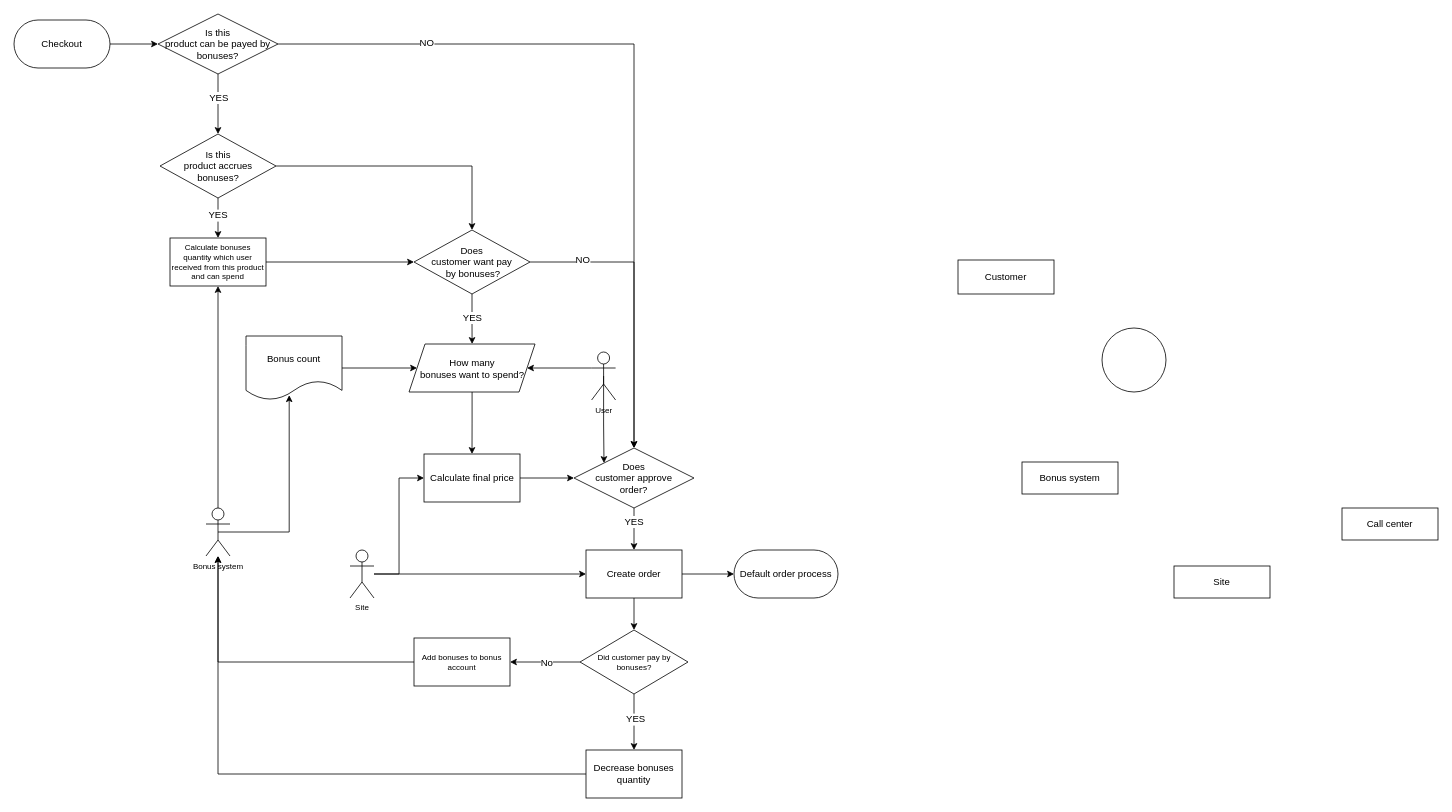
incfl0w/drawio keeps this draw.io diagram as block.drawio. Above is the earlier version. Source tidied: cells renumbered, new cells numbered last; positions are measured from the earlier drawing's top-left corner, leaving out a move shared by most shapes. Both pictures are drawn from the tidied source at 80%, with x=0, y=0 at pixel (14, 14).
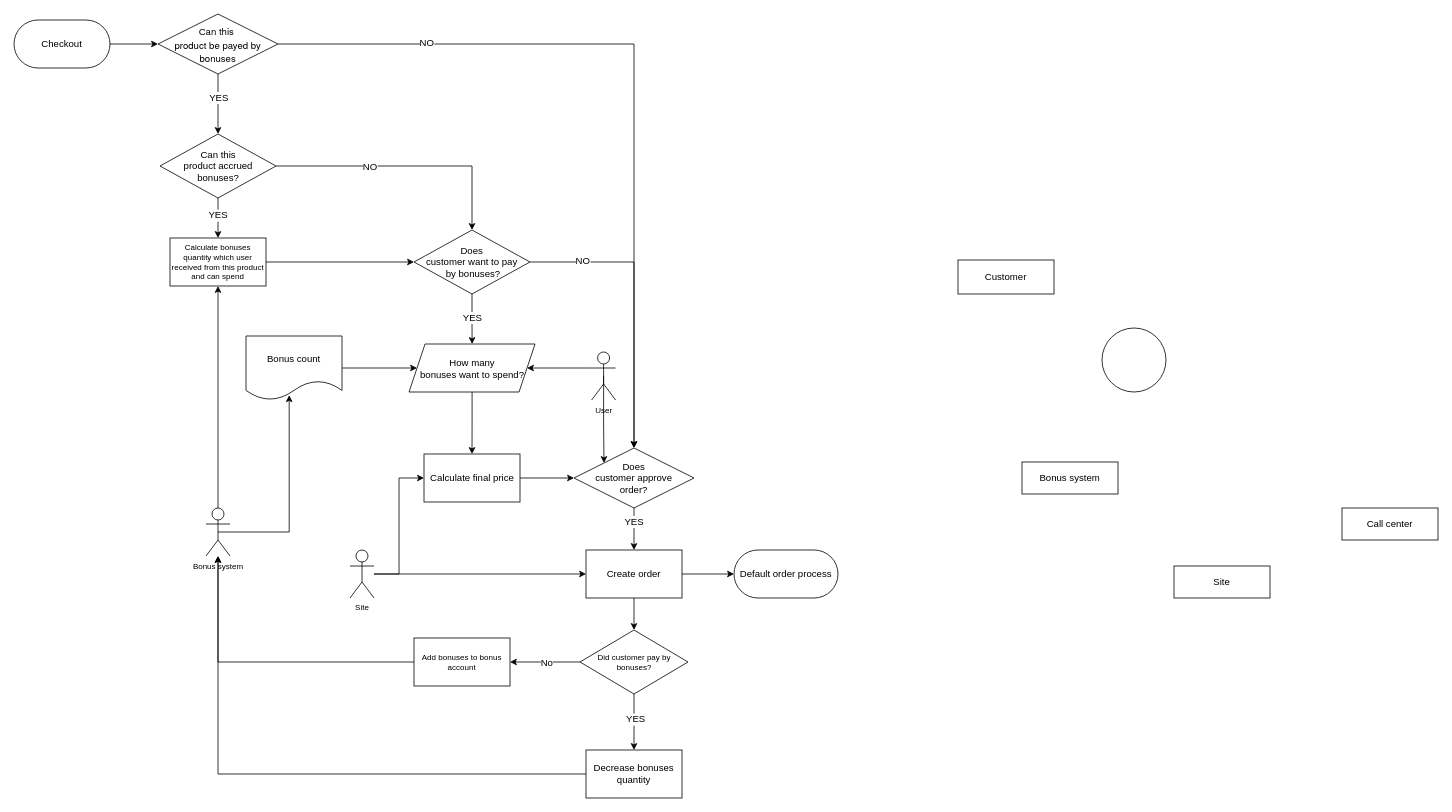
The same diagram, later.

The change refers to these unchanged cells:
```xml
<mxCell id="11" style="edgeStyle=orthogonalEdgeStyle;rounded=0;jettySize=auto;html=1;entryX=0.5;entryY=0;entryDx=0;entryDy=0;fontSize=12;" parent="1" edge="1" source="12" target="17">
  <mxGeometry relative="1" as="geometry" />
</mxCell>
<mxCell id="15" style="edgeStyle=orthogonalEdgeStyle;rounded=0;jettySize=auto;html=1;exitX=1;exitY=0.5;exitDx=0;exitDy=0;entryX=0.5;entryY=0;entryDx=0;entryDy=0;fontSize=12;" parent="1" edge="1" source="17" target="26">
  <mxGeometry relative="1" as="geometry" />
</mxCell>
```

Change to the diagram source:
```diff
@@
-    <mxCell id="8" value="Is this &lt;br&gt;product can be payed by bonuses?" style="rhombus;whiteSpace=wrap;html=1;fontSize=12;" parent="1" vertex="1">
+    <mxCell id="8" value="&lt;p style=&quot;margin: 0px; font-variant-numeric: normal; font-variant-east-asian: normal; font-stretch: normal; font-size: 12px; line-height: normal; font-family: &amp;quot;Helvetica Neue&amp;quot;;&quot; class=&quot;p1&quot;&gt;Сan this&amp;nbsp;&lt;/p&gt;&lt;p style=&quot;margin: 0px; font-variant-numeric: normal; font-variant-east-asian: normal; font-stretch: normal; font-size: 12px; line-height: normal; font-family: &amp;quot;Helvetica Neue&amp;quot;;&quot; class=&quot;p1&quot;&gt;product be payed by bonuses&lt;/p&gt;" style="rhombus;whiteSpace=wrap;html=1;fontSize=12;align=center;" parent="1" vertex="1">
       <mxGeometry x="180" width="150" height="75" as="geometry" />
     </mxCell>
@@
+    <mxCell id="56" value="NO" style="edgeLabel;html=1;align=center;verticalAlign=middle;fontSize=12;" parent="11" vertex="1">
+      <mxGeometry x="-0.28" relative="1" as="geometry" />
+    </mxCell>
-    <mxCell id="12" value="Is this &lt;br&gt;product accrues &lt;br&gt;bonuses?&lt;span data-lucid-content=&quot;{&amp;quot;t&amp;quot;:&amp;quot;Is this product accrues bonuses?&amp;quot;,&amp;quot;m&amp;quot;:[{&amp;quot;s&amp;quot;:0,&amp;quot;n&amp;quot;:&amp;quot;mt&amp;quot;,&amp;quot;v&amp;quot;:3.708},{&amp;quot;s&amp;quot;:0,&amp;quot;n&amp;quot;:&amp;quot;fl&amp;quot;,&amp;quot;v&amp;quot;:12.977},{&amp;quot;s&amp;quot;:0,&amp;quot;n&amp;quot;:&amp;quot;il&amp;quot;,&amp;quot;v&amp;quot;:12.977},{&amp;quot;s&amp;quot;:0,&amp;quot;n&amp;quot;:&amp;quot;ir&amp;quot;,&amp;quot;v&amp;quot;:12.977},{&amp;quot;s&amp;quot;:0,&amp;quot;n&amp;quot;:&amp;quot;a&amp;quot;,&amp;quot;v&amp;quot;:&amp;quot;center&amp;quot;},{&amp;quot;s&amp;quot;:0,&amp;quot;n&amp;quot;:&amp;quot;fc&amp;quot;,&amp;quot;v&amp;quot;:&amp;quot;Regular&amp;quot;,&amp;quot;e&amp;quot;:32},{&amp;quot;s&amp;quot;:0,&amp;quot;n&amp;quot;:&amp;quot;s&amp;quot;,&amp;quot;v&amp;quot;:18.022927923937758,&amp;quot;e&amp;quot;:32},{&amp;quot;s&amp;quot;:0,&amp;quot;n&amp;quot;:&amp;quot;c&amp;quot;,&amp;quot;v&amp;quot;:&amp;quot;#000000ff&amp;quot;,&amp;quot;e&amp;quot;:32}]}&quot; style=&quot;font-size: 12px;&quot;&gt;&lt;/span&gt;&lt;span data-lucid-content=&quot;{&amp;quot;t&amp;quot;:&amp;quot;Is this product accrues bonuses?&amp;quot;,&amp;quot;m&amp;quot;:[{&amp;quot;s&amp;quot;:0,&amp;quot;n&amp;quot;:&amp;quot;mt&amp;quot;,&amp;quot;v&amp;quot;:3.708},{&amp;quot;s&amp;quot;:0,&amp;quot;n&amp;quot;:&amp;quot;fl&amp;quot;,&amp;quot;v&amp;quot;:12.977},{&amp;quot;s&amp;quot;:0,&amp;quot;n&amp;quot;:&amp;quot;il&amp;quot;,&amp;quot;v&amp;quot;:12.977},{&amp;quot;s&amp;quot;:0,&amp;quot;n&amp;quot;:&amp;quot;ir&amp;quot;,&amp;quot;v&amp;quot;:12.977},{&amp;quot;s&amp;quot;:0,&amp;quot;n&amp;quot;:&amp;quot;a&amp;quot;,&amp;quot;v&amp;quot;:&amp;quot;center&amp;quot;},{&amp;quot;s&amp;quot;:0,&amp;quot;n&amp;quot;:&amp;quot;fc&amp;quot;,&amp;quot;v&amp;quot;:&amp;quot;Regular&amp;quot;,&amp;quot;e&amp;quot;:32},{&amp;quot;s&amp;quot;:0,&amp;quot;n&amp;quot;:&amp;quot;s&amp;quot;,&amp;quot;v&amp;quot;:18.022927923937758,&amp;quot;e&amp;quot;:32},{&amp;quot;s&amp;quot;:0,&amp;quot;n&amp;quot;:&amp;quot;c&amp;quot;,&amp;quot;v&amp;quot;:&amp;quot;#000000ff&amp;quot;,&amp;quot;e&amp;quot;:32}]}&quot; style=&quot;font-size: 12px;&quot;&gt;&lt;/span&gt;&lt;span data-lucid-content=&quot;{&amp;quot;t&amp;quot;:&amp;quot;Is this product accrues bonuses?&amp;quot;,&amp;quot;m&amp;quot;:[{&amp;quot;s&amp;quot;:0,&amp;quot;n&amp;quot;:&amp;quot;mt&amp;quot;,&amp;quot;v&amp;quot;:3.708},{&amp;quot;s&amp;quot;:0,&amp;quot;n&amp;quot;:&amp;quot;fl&amp;quot;,&amp;quot;v&amp;quot;:12.977},{&amp;quot;s&amp;quot;:0,&amp;quot;n&amp;quot;:&amp;quot;il&amp;quot;,&amp;quot;v&amp;quot;:12.977},{&amp;quot;s&amp;quot;:0,&amp;quot;n&amp;quot;:&amp;quot;ir&amp;quot;,&amp;quot;v&amp;quot;:12.977},{&amp;quot;s&amp;quot;:0,&amp;quot;n&amp;quot;:&amp;quot;a&amp;quot;,&amp;quot;v&amp;quot;:&amp;quot;center&amp;quot;},{&amp;quot;s&amp;quot;:0,&amp;quot;n&amp;quot;:&amp;quot;fc&amp;quot;,&amp;quot;v&amp;quot;:&amp;quot;Regular&amp;quot;,&amp;quot;e&amp;quot;:32},{&amp;quot;s&amp;quot;:0,&amp;quot;n&amp;quot;:&amp;quot;s&amp;quot;,&amp;quot;v&amp;quot;:18.022927923937758,&amp;quot;e&amp;quot;:32},{&amp;quot;s&amp;quot;:0,&amp;quot;n&amp;quot;:&amp;quot;c&amp;quot;,&amp;quot;v&amp;quot;:&amp;quot;#000000ff&amp;quot;,&amp;quot;e&amp;quot;:32}]}&quot; style=&quot;font-size: 12px;&quot;&gt;&lt;/span&gt;&lt;span data-lucid-content=&quot;{&amp;quot;t&amp;quot;:&amp;quot;Is this product accrues bonuses?&amp;quot;,&amp;quot;m&amp;quot;:[{&amp;quot;s&amp;quot;:0,&amp;quot;n&amp;quot;:&amp;quot;mt&amp;quot;,&amp;quot;v&amp;quot;:3.708},{&amp;quot;s&amp;quot;:0,&amp;quot;n&amp;quot;:&amp;quot;fl&amp;quot;,&amp;quot;v&amp;quot;:12.977},{&amp;quot;s&amp;quot;:0,&amp;quot;n&amp;quot;:&amp;quot;il&amp;quot;,&amp;quot;v&amp;quot;:12.977},{&amp;quot;s&amp;quot;:0,&amp;quot;n&amp;quot;:&amp;quot;ir&amp;quot;,&amp;quot;v&amp;quot;:12.977},{&amp;quot;s&amp;quot;:0,&amp;quot;n&amp;quot;:&amp;quot;a&amp;quot;,&amp;quot;v&amp;quot;:&amp;quot;center&amp;quot;},{&amp;quot;s&amp;quot;:0,&amp;quot;n&amp;quot;:&amp;quot;fc&amp;quot;,&amp;quot;v&amp;quot;:&amp;quot;Regular&amp;quot;,&amp;quot;e&amp;quot;:32},{&amp;quot;s&amp;quot;:0,&amp;quot;n&amp;quot;:&amp;quot;s&amp;quot;,&amp;quot;v&amp;quot;:18.022927923937758,&amp;quot;e&amp;quot;:32},{&amp;quot;s&amp;quot;:0,&amp;quot;n&amp;quot;:&amp;quot;c&amp;quot;,&amp;quot;v&amp;quot;:&amp;quot;#000000ff&amp;quot;,&amp;quot;e&amp;quot;:32}]}&quot; style=&quot;font-size: 12px;&quot;&gt;&lt;/span&gt;&lt;span data-lucid-content=&quot;{&amp;quot;t&amp;quot;:&amp;quot;Is this product accrues bonuses?&amp;quot;,&amp;quot;m&amp;quot;:[{&amp;quot;s&amp;quot;:0,&amp;quot;n&amp;quot;:&amp;quot;mt&amp;quot;,&amp;quot;v&amp;quot;:3.708},{&amp;quot;s&amp;quot;:0,&amp;quot;n&amp;quot;:&amp;quot;fl&amp;quot;,&amp;quot;v&amp;quot;:12.977},{&amp;quot;s&amp;quot;:0,&amp;quot;n&amp;quot;:&amp;quot;il&amp;quot;,&amp;quot;v&amp;quot;:12.977},{&amp;quot;s&amp;quot;:0,&amp;quot;n&amp;quot;:&amp;quot;ir&amp;quot;,&amp;quot;v&amp;quot;:12.977},{&amp;quot;s&amp;quot;:0,&amp;quot;n&amp;quot;:&amp;quot;a&amp;quot;,&amp;quot;v&amp;quot;:&amp;quot;center&amp;quot;},{&amp;quot;s&amp;quot;:0,&amp;quot;n&amp;quot;:&amp;quot;fc&amp;quot;,&amp;quot;v&amp;quot;:&amp;quot;Regular&amp;quot;,&amp;quot;e&amp;quot;:32},{&amp;quot;s&amp;quot;:0,&amp;quot;n&amp;quot;:&amp;quot;s&amp;quot;,&amp;quot;v&amp;quot;:18.022927923937758,&amp;quot;e&amp;quot;:32},{&amp;quot;s&amp;quot;:0,&amp;quot;n&amp;quot;:&amp;quot;c&amp;quot;,&amp;quot;v&amp;quot;:&amp;quot;#000000ff&amp;quot;,&amp;quot;e&amp;quot;:32}]}&quot; style=&quot;font-size: 12px;&quot;&gt;&lt;/span&gt;&lt;span data-lucid-content=&quot;{&amp;quot;t&amp;quot;:&amp;quot;Is this product accrues bonuses?&amp;quot;,&amp;quot;m&amp;quot;:[{&amp;quot;s&amp;quot;:0,&amp;quot;n&amp;quot;:&amp;quot;mt&amp;quot;,&amp;quot;v&amp;quot;:3.708},{&amp;quot;s&amp;quot;:0,&amp;quot;n&amp;quot;:&amp;quot;fl&amp;quot;,&amp;quot;v&amp;quot;:12.977},{&amp;quot;s&amp;quot;:0,&amp;quot;n&amp;quot;:&amp;quot;il&amp;quot;,&amp;quot;v&amp;quot;:12.977},{&amp;quot;s&amp;quot;:0,&amp;quot;n&amp;quot;:&amp;quot;ir&amp;quot;,&amp;quot;v&amp;quot;:12.977},{&amp;quot;s&amp;quot;:0,&amp;quot;n&amp;quot;:&amp;quot;a&amp;quot;,&amp;quot;v&amp;quot;:&amp;quot;center&amp;quot;},{&amp;quot;s&amp;quot;:0,&amp;quot;n&amp;quot;:&amp;quot;fc&amp;quot;,&amp;quot;v&amp;quot;:&amp;quot;Regular&amp;quot;,&amp;quot;e&amp;quot;:32},{&amp;quot;s&amp;quot;:0,&amp;quot;n&amp;quot;:&amp;quot;s&amp;quot;,&amp;quot;v&amp;quot;:18.022927923937758,&amp;quot;e&amp;quot;:32},{&amp;quot;s&amp;quot;:0,&amp;quot;n&amp;quot;:&amp;quot;c&amp;quot;,&amp;quot;v&amp;quot;:&amp;quot;#000000ff&amp;quot;,&amp;quot;e&amp;quot;:32}]}&quot; style=&quot;font-size: 12px;&quot;&gt;&lt;/span&gt;&lt;span data-lucid-content=&quot;{&amp;quot;t&amp;quot;:&amp;quot;Is this product accrues bonuses?&amp;quot;,&amp;quot;m&amp;quot;:[{&amp;quot;s&amp;quot;:0,&amp;quot;n&amp;quot;:&amp;quot;mt&amp;quot;,&amp;quot;v&amp;quot;:3.708},{&amp;quot;s&amp;quot;:0,&amp;quot;n&amp;quot;:&amp;quot;fl&amp;quot;,&amp;quot;v&amp;quot;:12.977},{&amp;quot;s&amp;quot;:0,&amp;quot;n&amp;quot;:&amp;quot;il&amp;quot;,&amp;quot;v&amp;quot;:12.977},{&amp;quot;s&amp;quot;:0,&amp;quot;n&amp;quot;:&amp;quot;ir&amp;quot;,&amp;quot;v&amp;quot;:12.977},{&amp;quot;s&amp;quot;:0,&amp;quot;n&amp;quot;:&amp;quot;a&amp;quot;,&amp;quot;v&amp;quot;:&amp;quot;center&amp;quot;},{&amp;quot;s&amp;quot;:0,&amp;quot;n&amp;quot;:&amp;quot;fc&amp;quot;,&amp;quot;v&amp;quot;:&amp;quot;Regular&amp;quot;,&amp;quot;e&amp;quot;:32},{&amp;quot;s&amp;quot;:0,&amp;quot;n&amp;quot;:&amp;quot;s&amp;quot;,&amp;quot;v&amp;quot;:18.022927923937758,&amp;quot;e&amp;quot;:32},{&amp;quot;s&amp;quot;:0,&amp;quot;n&amp;quot;:&amp;quot;c&amp;quot;,&amp;quot;v&amp;quot;:&amp;quot;#000000ff&amp;quot;,&amp;quot;e&amp;quot;:32}]}&quot; style=&quot;font-size: 12px;&quot;&gt;&lt;/span&gt;&lt;span data-lucid-content=&quot;{&amp;quot;t&amp;quot;:&amp;quot;Is this product accrues bonuses?&amp;quot;,&amp;quot;m&amp;quot;:[{&amp;quot;s&amp;quot;:0,&amp;quot;n&amp;quot;:&amp;quot;mt&amp;quot;,&amp;quot;v&amp;quot;:3.708},{&amp;quot;s&amp;quot;:0,&amp;quot;n&amp;quot;:&amp;quot;fl&amp;quot;,&amp;quot;v&amp;quot;:12.977},{&amp;quot;s&amp;quot;:0,&amp;quot;n&amp;quot;:&amp;quot;il&amp;quot;,&amp;quot;v&amp;quot;:12.977},{&amp;quot;s&amp;quot;:0,&amp;quot;n&amp;quot;:&amp;quot;ir&amp;quot;,&amp;quot;v&amp;quot;:12.977},{&amp;quot;s&amp;quot;:0,&amp;quot;n&amp;quot;:&amp;quot;a&amp;quot;,&amp;quot;v&amp;quot;:&amp;quot;center&amp;quot;},{&amp;quot;s&amp;quot;:0,&amp;quot;n&amp;quot;:&amp;quot;fc&amp;quot;,&amp;quot;v&amp;quot;:&amp;quot;Regular&amp;quot;,&amp;quot;e&amp;quot;:32},{&amp;quot;s&amp;quot;:0,&amp;quot;n&amp;quot;:&amp;quot;s&amp;quot;,&amp;quot;v&amp;quot;:18.022927923937758,&amp;quot;e&amp;quot;:32},{&amp;quot;s&amp;quot;:0,&amp;quot;n&amp;quot;:&amp;quot;c&amp;quot;,&amp;quot;v&amp;quot;:&amp;quot;#000000ff&amp;quot;,&amp;quot;e&amp;quot;:32}]}&quot; style=&quot;font-size: 12px;&quot;&gt;&lt;/span&gt;" style="rhombus;whiteSpace=wrap;html=1;fontSize=12;" parent="1" vertex="1">
+    <mxCell id="12" value="Can this &lt;br&gt;product accrued&lt;br&gt;bonuses?&lt;span data-lucid-content=&quot;{&amp;quot;t&amp;quot;:&amp;quot;Is this product accrues bonuses?&amp;quot;,&amp;quot;m&amp;quot;:[{&amp;quot;s&amp;quot;:0,&amp;quot;n&amp;quot;:&amp;quot;mt&amp;quot;,&amp;quot;v&amp;quot;:3.708},{&amp;quot;s&amp;quot;:0,&amp;quot;n&amp;quot;:&amp;quot;fl&amp;quot;,&amp;quot;v&amp;quot;:12.977},{&amp;quot;s&amp;quot;:0,&amp;quot;n&amp;quot;:&amp;quot;il&amp;quot;,&amp;quot;v&amp;quot;:12.977},{&amp;quot;s&amp;quot;:0,&amp;quot;n&amp;quot;:&amp;quot;ir&amp;quot;,&amp;quot;v&amp;quot;:12.977},{&amp;quot;s&amp;quot;:0,&amp;quot;n&amp;quot;:&amp;quot;a&amp;quot;,&amp;quot;v&amp;quot;:&amp;quot;center&amp;quot;},{&amp;quot;s&amp;quot;:0,&amp;quot;n&amp;quot;:&amp;quot;fc&amp;quot;,&amp;quot;v&amp;quot;:&amp;quot;Regular&amp;quot;,&amp;quot;e&amp;quot;:32},{&amp;quot;s&amp;quot;:0,&amp;quot;n&amp;quot;:&amp;quot;s&amp;quot;,&amp;quot;v&amp;quot;:18.022927923937758,&amp;quot;e&amp;quot;:32},{&amp;quot;s&amp;quot;:0,&amp;quot;n&amp;quot;:&amp;quot;c&amp;quot;,&amp;quot;v&amp;quot;:&amp;quot;#000000ff&amp;quot;,&amp;quot;e&amp;quot;:32}]}&quot; style=&quot;font-size: 12px;&quot;&gt;&lt;/span&gt;&lt;span data-lucid-content=&quot;{&amp;quot;t&amp;quot;:&amp;quot;Is this product accrues bonuses?&amp;quot;,&amp;quot;m&amp;quot;:[{&amp;quot;s&amp;quot;:0,&amp;quot;n&amp;quot;:&amp;quot;mt&amp;quot;,&amp;quot;v&amp;quot;:3.708},{&amp;quot;s&amp;quot;:0,&amp;quot;n&amp;quot;:&amp;quot;fl&amp;quot;,&amp;quot;v&amp;quot;:12.977},{&amp;quot;s&amp;quot;:0,&amp;quot;n&amp;quot;:&amp;quot;il&amp;quot;,&amp;quot;v&amp;quot;:12.977},{&amp;quot;s&amp;quot;:0,&amp;quot;n&amp;quot;:&amp;quot;ir&amp;quot;,&amp;quot;v&amp;quot;:12.977},{&amp;quot;s&amp;quot;:0,&amp;quot;n&amp;quot;:&amp;quot;a&amp;quot;,&amp;quot;v&amp;quot;:&amp;quot;center&amp;quot;},{&amp;quot;s&amp;quot;:0,&amp;quot;n&amp;quot;:&amp;quot;fc&amp;quot;,&amp;quot;v&amp;quot;:&amp;quot;Regular&amp;quot;,&amp;quot;e&amp;quot;:32},{&amp;quot;s&amp;quot;:0,&amp;quot;n&amp;quot;:&amp;quot;s&amp;quot;,&amp;quot;v&amp;quot;:18.022927923937758,&amp;quot;e&amp;quot;:32},{&amp;quot;s&amp;quot;:0,&amp;quot;n&amp;quot;:&amp;quot;c&amp;quot;,&amp;quot;v&amp;quot;:&amp;quot;#000000ff&amp;quot;,&amp;quot;e&amp;quot;:32}]}&quot; style=&quot;font-size: 12px;&quot;&gt;&lt;/span&gt;&lt;span data-lucid-content=&quot;{&amp;quot;t&amp;quot;:&amp;quot;Is this product accrues bonuses?&amp;quot;,&amp;quot;m&amp;quot;:[{&amp;quot;s&amp;quot;:0,&amp;quot;n&amp;quot;:&amp;quot;mt&amp;quot;,&amp;quot;v&amp;quot;:3.708},{&amp;quot;s&amp;quot;:0,&amp;quot;n&amp;quot;:&amp;quot;fl&amp;quot;,&amp;quot;v&amp;quot;:12.977},{&amp;quot;s&amp;quot;:0,&amp;quot;n&amp;quot;:&amp;quot;il&amp;quot;,&amp;quot;v&amp;quot;:12.977},{&amp;quot;s&amp;quot;:0,&amp;quot;n&amp;quot;:&amp;quot;ir&amp;quot;,&amp;quot;v&amp;quot;:12.977},{&amp;quot;s&amp;quot;:0,&amp;quot;n&amp;quot;:&amp;quot;a&amp;quot;,&amp;quot;v&amp;quot;:&amp;quot;center&amp;quot;},{&amp;quot;s&amp;quot;:0,&amp;quot;n&amp;quot;:&amp;quot;fc&amp;quot;,&amp;quot;v&amp;quot;:&amp;quot;Regular&amp;quot;,&amp;quot;e&amp;quot;:32},{&amp;quot;s&amp;quot;:0,&amp;quot;n&amp;quot;:&amp;quot;s&amp;quot;,&amp;quot;v&amp;quot;:18.022927923937758,&amp;quot;e&amp;quot;:32},{&amp;quot;s&amp;quot;:0,&amp;quot;n&amp;quot;:&amp;quot;c&amp;quot;,&amp;quot;v&amp;quot;:&amp;quot;#000000ff&amp;quot;,&amp;quot;e&amp;quot;:32}]}&quot; style=&quot;font-size: 12px;&quot;&gt;&lt;/span&gt;&lt;span data-lucid-content=&quot;{&amp;quot;t&amp;quot;:&amp;quot;Is this product accrues bonuses?&amp;quot;,&amp;quot;m&amp;quot;:[{&amp;quot;s&amp;quot;:0,&amp;quot;n&amp;quot;:&amp;quot;mt&amp;quot;,&amp;quot;v&amp;quot;:3.708},{&amp;quot;s&amp;quot;:0,&amp;quot;n&amp;quot;:&amp;quot;fl&amp;quot;,&amp;quot;v&amp;quot;:12.977},{&amp;quot;s&amp;quot;:0,&amp;quot;n&amp;quot;:&amp;quot;il&amp;quot;,&amp;quot;v&amp;quot;:12.977},{&amp;quot;s&amp;quot;:0,&amp;quot;n&amp;quot;:&amp;quot;ir&amp;quot;,&amp;quot;v&amp;quot;:12.977},{&amp;quot;s&amp;quot;:0,&amp;quot;n&amp;quot;:&amp;quot;a&amp;quot;,&amp;quot;v&amp;quot;:&amp;quot;center&amp;quot;},{&amp;quot;s&amp;quot;:0,&amp;quot;n&amp;quot;:&amp;quot;fc&amp;quot;,&amp;quot;v&amp;quot;:&amp;quot;Regular&amp;quot;,&amp;quot;e&amp;quot;:32},{&amp;quot;s&amp;quot;:0,&amp;quot;n&amp;quot;:&amp;quot;s&amp;quot;,&amp;quot;v&amp;quot;:18.022927923937758,&amp;quot;e&amp;quot;:32},{&amp;quot;s&amp;quot;:0,&amp;quot;n&amp;quot;:&amp;quot;c&amp;quot;,&amp;quot;v&amp;quot;:&amp;quot;#000000ff&amp;quot;,&amp;quot;e&amp;quot;:32}]}&quot; style=&quot;font-size: 12px;&quot;&gt;&lt;/span&gt;&lt;span data-lucid-content=&quot;{&amp;quot;t&amp;quot;:&amp;quot;Is this product accrues bonuses?&amp;quot;,&amp;quot;m&amp;quot;:[{&amp;quot;s&amp;quot;:0,&amp;quot;n&amp;quot;:&amp;quot;mt&amp;quot;,&amp;quot;v&amp;quot;:3.708},{&amp;quot;s&amp;quot;:0,&amp;quot;n&amp;quot;:&amp;quot;fl&amp;quot;,&amp;quot;v&amp;quot;:12.977},{&amp;quot;s&amp;quot;:0,&amp;quot;n&amp;quot;:&amp;quot;il&amp;quot;,&amp;quot;v&amp;quot;:12.977},{&amp;quot;s&amp;quot;:0,&amp;quot;n&amp;quot;:&amp;quot;ir&amp;quot;,&amp;quot;v&amp;quot;:12.977},{&amp;quot;s&amp;quot;:0,&amp;quot;n&amp;quot;:&amp;quot;a&amp;quot;,&amp;quot;v&amp;quot;:&amp;quot;center&amp;quot;},{&amp;quot;s&amp;quot;:0,&amp;quot;n&amp;quot;:&amp;quot;fc&amp;quot;,&amp;quot;v&amp;quot;:&amp;quot;Regular&amp;quot;,&amp;quot;e&amp;quot;:32},{&amp;quot;s&amp;quot;:0,&amp;quot;n&amp;quot;:&amp;quot;s&amp;quot;,&amp;quot;v&amp;quot;:18.022927923937758,&amp;quot;e&amp;quot;:32},{&amp;quot;s&amp;quot;:0,&amp;quot;n&amp;quot;:&amp;quot;c&amp;quot;,&amp;quot;v&amp;quot;:&amp;quot;#000000ff&amp;quot;,&amp;quot;e&amp;quot;:32}]}&quot; style=&quot;font-size: 12px;&quot;&gt;&lt;/span&gt;&lt;span data-lucid-content=&quot;{&amp;quot;t&amp;quot;:&amp;quot;Is this product accrues bonuses?&amp;quot;,&amp;quot;m&amp;quot;:[{&amp;quot;s&amp;quot;:0,&amp;quot;n&amp;quot;:&amp;quot;mt&amp;quot;,&amp;quot;v&amp;quot;:3.708},{&amp;quot;s&amp;quot;:0,&amp;quot;n&amp;quot;:&amp;quot;fl&amp;quot;,&amp;quot;v&amp;quot;:12.977},{&amp;quot;s&amp;quot;:0,&amp;quot;n&amp;quot;:&amp;quot;il&amp;quot;,&amp;quot;v&amp;quot;:12.977},{&amp;quot;s&amp;quot;:0,&amp;quot;n&amp;quot;:&amp;quot;ir&amp;quot;,&amp;quot;v&amp;quot;:12.977},{&amp;quot;s&amp;quot;:0,&amp;quot;n&amp;quot;:&amp;quot;a&amp;quot;,&amp;quot;v&amp;quot;:&amp;quot;center&amp;quot;},{&amp;quot;s&amp;quot;:0,&amp;quot;n&amp;quot;:&amp;quot;fc&amp;quot;,&amp;quot;v&amp;quot;:&amp;quot;Regular&amp;quot;,&amp;quot;e&amp;quot;:32},{&amp;quot;s&amp;quot;:0,&amp;quot;n&amp;quot;:&amp;quot;s&amp;quot;,&amp;quot;v&amp;quot;:18.022927923937758,&amp;quot;e&amp;quot;:32},{&amp;quot;s&amp;quot;:0,&amp;quot;n&amp;quot;:&amp;quot;c&amp;quot;,&amp;quot;v&amp;quot;:&amp;quot;#000000ff&amp;quot;,&amp;quot;e&amp;quot;:32}]}&quot; style=&quot;font-size: 12px;&quot;&gt;&lt;/span&gt;&lt;span data-lucid-content=&quot;{&amp;quot;t&amp;quot;:&amp;quot;Is this product accrues bonuses?&amp;quot;,&amp;quot;m&amp;quot;:[{&amp;quot;s&amp;quot;:0,&amp;quot;n&amp;quot;:&amp;quot;mt&amp;quot;,&amp;quot;v&amp;quot;:3.708},{&amp;quot;s&amp;quot;:0,&amp;quot;n&amp;quot;:&amp;quot;fl&amp;quot;,&amp;quot;v&amp;quot;:12.977},{&amp;quot;s&amp;quot;:0,&amp;quot;n&amp;quot;:&amp;quot;il&amp;quot;,&amp;quot;v&amp;quot;:12.977},{&amp;quot;s&amp;quot;:0,&amp;quot;n&amp;quot;:&amp;quot;ir&amp;quot;,&amp;quot;v&amp;quot;:12.977},{&amp;quot;s&amp;quot;:0,&amp;quot;n&amp;quot;:&amp;quot;a&amp;quot;,&amp;quot;v&amp;quot;:&amp;quot;center&amp;quot;},{&amp;quot;s&amp;quot;:0,&amp;quot;n&amp;quot;:&amp;quot;fc&amp;quot;,&amp;quot;v&amp;quot;:&amp;quot;Regular&amp;quot;,&amp;quot;e&amp;quot;:32},{&amp;quot;s&amp;quot;:0,&amp;quot;n&amp;quot;:&amp;quot;s&amp;quot;,&amp;quot;v&amp;quot;:18.022927923937758,&amp;quot;e&amp;quot;:32},{&amp;quot;s&amp;quot;:0,&amp;quot;n&amp;quot;:&amp;quot;c&amp;quot;,&amp;quot;v&amp;quot;:&amp;quot;#000000ff&amp;quot;,&amp;quot;e&amp;quot;:32}]}&quot; style=&quot;font-size: 12px;&quot;&gt;&lt;/span&gt;&lt;span data-lucid-content=&quot;{&amp;quot;t&amp;quot;:&amp;quot;Is this product accrues bonuses?&amp;quot;,&amp;quot;m&amp;quot;:[{&amp;quot;s&amp;quot;:0,&amp;quot;n&amp;quot;:&amp;quot;mt&amp;quot;,&amp;quot;v&amp;quot;:3.708},{&amp;quot;s&amp;quot;:0,&amp;quot;n&amp;quot;:&amp;quot;fl&amp;quot;,&amp;quot;v&amp;quot;:12.977},{&amp;quot;s&amp;quot;:0,&amp;quot;n&amp;quot;:&amp;quot;il&amp;quot;,&amp;quot;v&amp;quot;:12.977},{&amp;quot;s&amp;quot;:0,&amp;quot;n&amp;quot;:&amp;quot;ir&amp;quot;,&amp;quot;v&amp;quot;:12.977},{&amp;quot;s&amp;quot;:0,&amp;quot;n&amp;quot;:&amp;quot;a&amp;quot;,&amp;quot;v&amp;quot;:&amp;quot;center&amp;quot;},{&amp;quot;s&amp;quot;:0,&amp;quot;n&amp;quot;:&amp;quot;fc&amp;quot;,&amp;quot;v&amp;quot;:&amp;quot;Regular&amp;quot;,&amp;quot;e&amp;quot;:32},{&amp;quot;s&amp;quot;:0,&amp;quot;n&amp;quot;:&amp;quot;s&amp;quot;,&amp;quot;v&amp;quot;:18.022927923937758,&amp;quot;e&amp;quot;:32},{&amp;quot;s&amp;quot;:0,&amp;quot;n&amp;quot;:&amp;quot;c&amp;quot;,&amp;quot;v&amp;quot;:&amp;quot;#000000ff&amp;quot;,&amp;quot;e&amp;quot;:32}]}&quot; style=&quot;font-size: 12px;&quot;&gt;&lt;/span&gt;" style="rhombus;whiteSpace=wrap;html=1;fontSize=12;" parent="1" vertex="1">
       <mxGeometry x="182.5" y="150" width="145" height="80" as="geometry" />
     </mxCell>
@@
     <mxCell id="16" value="NO" style="edgeLabel;html=1;align=center;verticalAlign=middle;fontSize=12;" parent="15" vertex="1">
       <mxGeometry x="-0.64" y="4" relative="1" as="geometry">
-        <mxPoint y="1" as="offset" />
+        <mxPoint y="2" as="offset" />
       </mxGeometry>
     </mxCell>
-    <mxCell id="17" value="Does &lt;br&gt;customer want pay&lt;br&gt;&amp;nbsp;by bonuses?&lt;span data-lucid-content=&quot;{&amp;quot;t&amp;quot;:&amp;quot;Is this product accrues bonuses?&amp;quot;,&amp;quot;m&amp;quot;:[{&amp;quot;s&amp;quot;:0,&amp;quot;n&amp;quot;:&amp;quot;mt&amp;quot;,&amp;quot;v&amp;quot;:3.708},{&amp;quot;s&amp;quot;:0,&amp;quot;n&amp;quot;:&amp;quot;fl&amp;quot;,&amp;quot;v&amp;quot;:12.977},{&amp;quot;s&amp;quot;:0,&amp;quot;n&amp;quot;:&amp;quot;il&amp;quot;,&amp;quot;v&amp;quot;:12.977},{&amp;quot;s&amp;quot;:0,&amp;quot;n&amp;quot;:&amp;quot;ir&amp;quot;,&amp;quot;v&amp;quot;:12.977},{&amp;quot;s&amp;quot;:0,&amp;quot;n&amp;quot;:&amp;quot;a&amp;quot;,&amp;quot;v&amp;quot;:&amp;quot;center&amp;quot;},{&amp;quot;s&amp;quot;:0,&amp;quot;n&amp;quot;:&amp;quot;fc&amp;quot;,&amp;quot;v&amp;quot;:&amp;quot;Regular&amp;quot;,&amp;quot;e&amp;quot;:32},{&amp;quot;s&amp;quot;:0,&amp;quot;n&amp;quot;:&amp;quot;s&amp;quot;,&amp;quot;v&amp;quot;:18.022927923937758,&amp;quot;e&amp;quot;:32},{&amp;quot;s&amp;quot;:0,&amp;quot;n&amp;quot;:&amp;quot;c&amp;quot;,&amp;quot;v&amp;quot;:&amp;quot;#000000ff&amp;quot;,&amp;quot;e&amp;quot;:32}]}&quot; style=&quot;font-size: 12px;&quot;&gt;&lt;/span&gt;" style="rhombus;whiteSpace=wrap;html=1;fontSize=12;" parent="1" vertex="1">
+    <mxCell id="17" value="Does &lt;br&gt;customer want to pay&lt;br&gt;&amp;nbsp;by bonuses?&lt;span data-lucid-content=&quot;{&amp;quot;t&amp;quot;:&amp;quot;Is this product accrues bonuses?&amp;quot;,&amp;quot;m&amp;quot;:[{&amp;quot;s&amp;quot;:0,&amp;quot;n&amp;quot;:&amp;quot;mt&amp;quot;,&amp;quot;v&amp;quot;:3.708},{&amp;quot;s&amp;quot;:0,&amp;quot;n&amp;quot;:&amp;quot;fl&amp;quot;,&amp;quot;v&amp;quot;:12.977},{&amp;quot;s&amp;quot;:0,&amp;quot;n&amp;quot;:&amp;quot;il&amp;quot;,&amp;quot;v&amp;quot;:12.977},{&amp;quot;s&amp;quot;:0,&amp;quot;n&amp;quot;:&amp;quot;ir&amp;quot;,&amp;quot;v&amp;quot;:12.977},{&amp;quot;s&amp;quot;:0,&amp;quot;n&amp;quot;:&amp;quot;a&amp;quot;,&amp;quot;v&amp;quot;:&amp;quot;center&amp;quot;},{&amp;quot;s&amp;quot;:0,&amp;quot;n&amp;quot;:&amp;quot;fc&amp;quot;,&amp;quot;v&amp;quot;:&amp;quot;Regular&amp;quot;,&amp;quot;e&amp;quot;:32},{&amp;quot;s&amp;quot;:0,&amp;quot;n&amp;quot;:&amp;quot;s&amp;quot;,&amp;quot;v&amp;quot;:18.022927923937758,&amp;quot;e&amp;quot;:32},{&amp;quot;s&amp;quot;:0,&amp;quot;n&amp;quot;:&amp;quot;c&amp;quot;,&amp;quot;v&amp;quot;:&amp;quot;#000000ff&amp;quot;,&amp;quot;e&amp;quot;:32}]}&quot; style=&quot;font-size: 12px;&quot;&gt;&lt;/span&gt;" style="rhombus;whiteSpace=wrap;html=1;fontSize=12;" parent="1" vertex="1">
       <mxGeometry x="500" y="270" width="145" height="80" as="geometry" />
     </mxCell>
```
